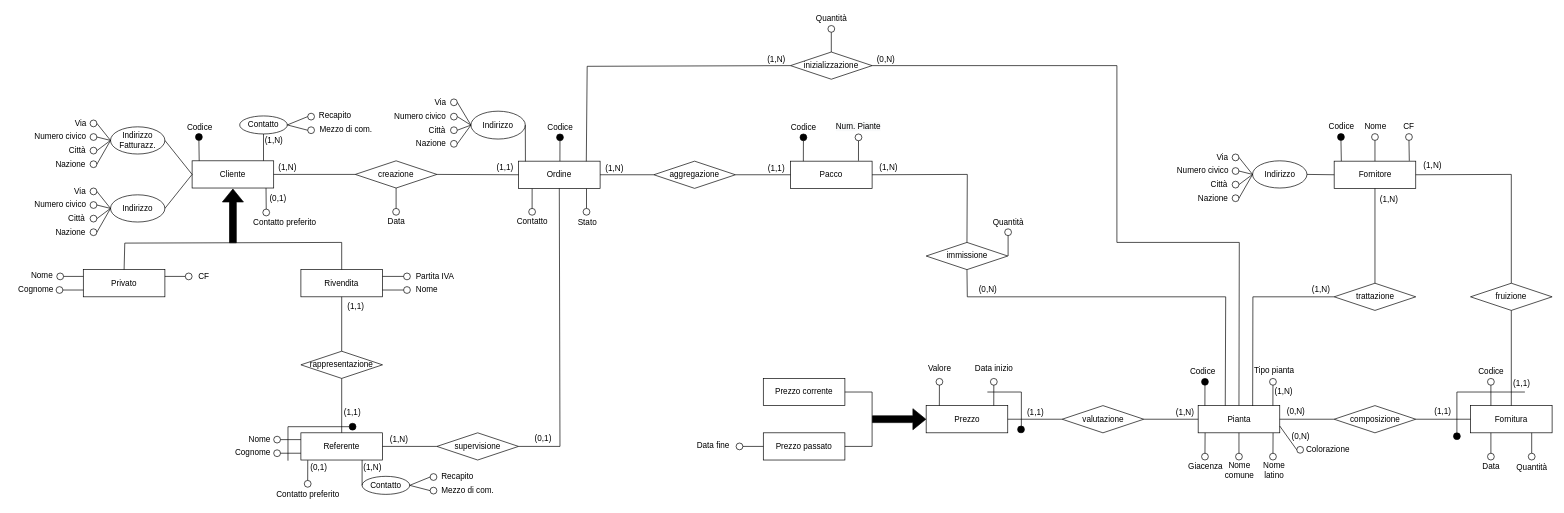
The draw.io diagram ER-diagrams/ER-master.drawio in nic-agos/Verde-S.R.L, before the edit. Source tidied: cells renumbered, new cells numbered last; positions are measured from the earlier drawing's top-left corner, leaving out a move shared by most shapes. Both pictures are drawn from the tidied source at 68%, with x=0, y=0 at pixel (12, 12).
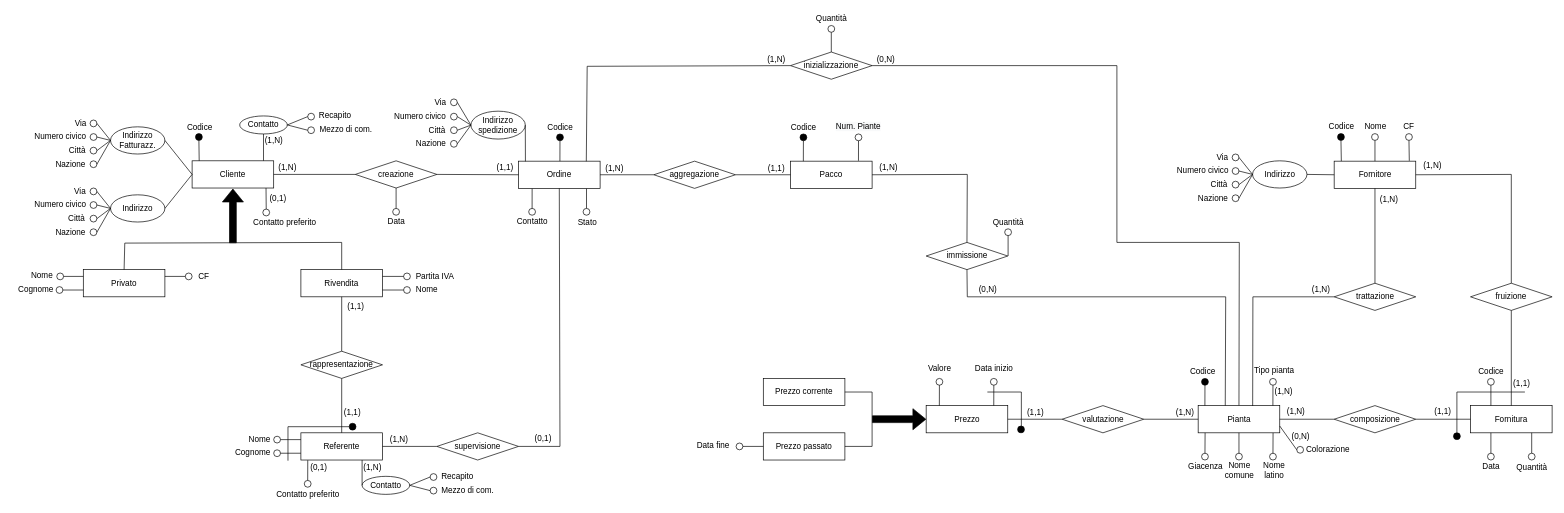
Above is the later version.

Change to the diagram source:
```diff
@@
-    <mxCell id="99" value="Indirizzo" style="ellipse;whiteSpace=wrap;html=1;" parent="1" vertex="1">
+    <mxCell id="99" value="Indirizzo spedizione" style="ellipse;whiteSpace=wrap;html=1;" parent="1" vertex="1">
       <mxGeometry x="675" y="146" width="80" height="41" as="geometry" />
     </mxCell>
@@
-    <mxCell id="202" value="(0,N)" style="text;html=1;align=center;verticalAlign=middle;strokeColor=none;fillColor=none;" parent="1" vertex="1">
+    <mxCell id="202" value="(1,N)" style="text;html=1;align=center;verticalAlign=middle;strokeColor=none;fillColor=none;" parent="1" vertex="1">
       <mxGeometry x="1868" y="578" width="40" height="20" as="geometry" />
     </mxCell>
```
